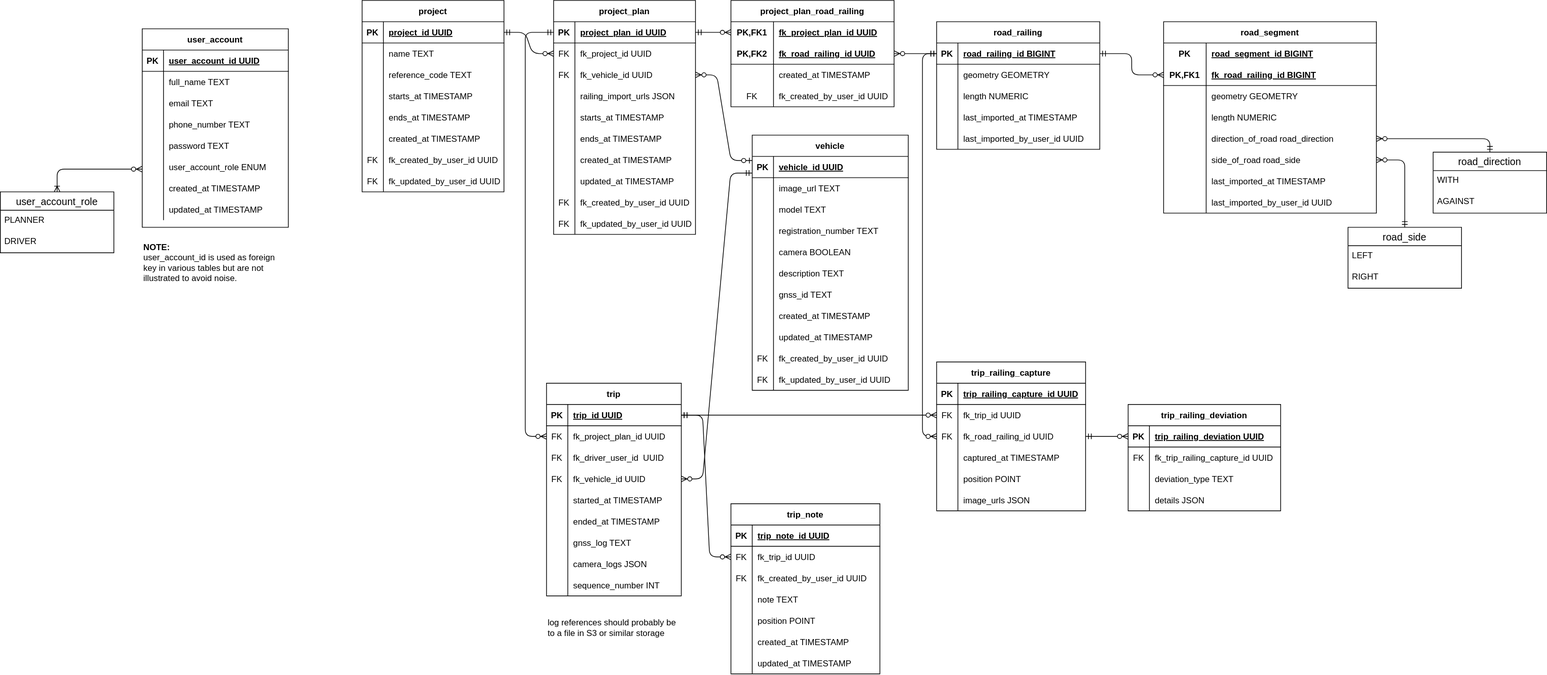
Earlier version of the draw.io export docs/diagrams/erdiagram.drawio.svg (triosnok/isi-planning-tool). Source tidied: cells renumbered, new cells last; positions are measured from the earlier drawing's top-left corner, leaving out a move shared by most shapes.
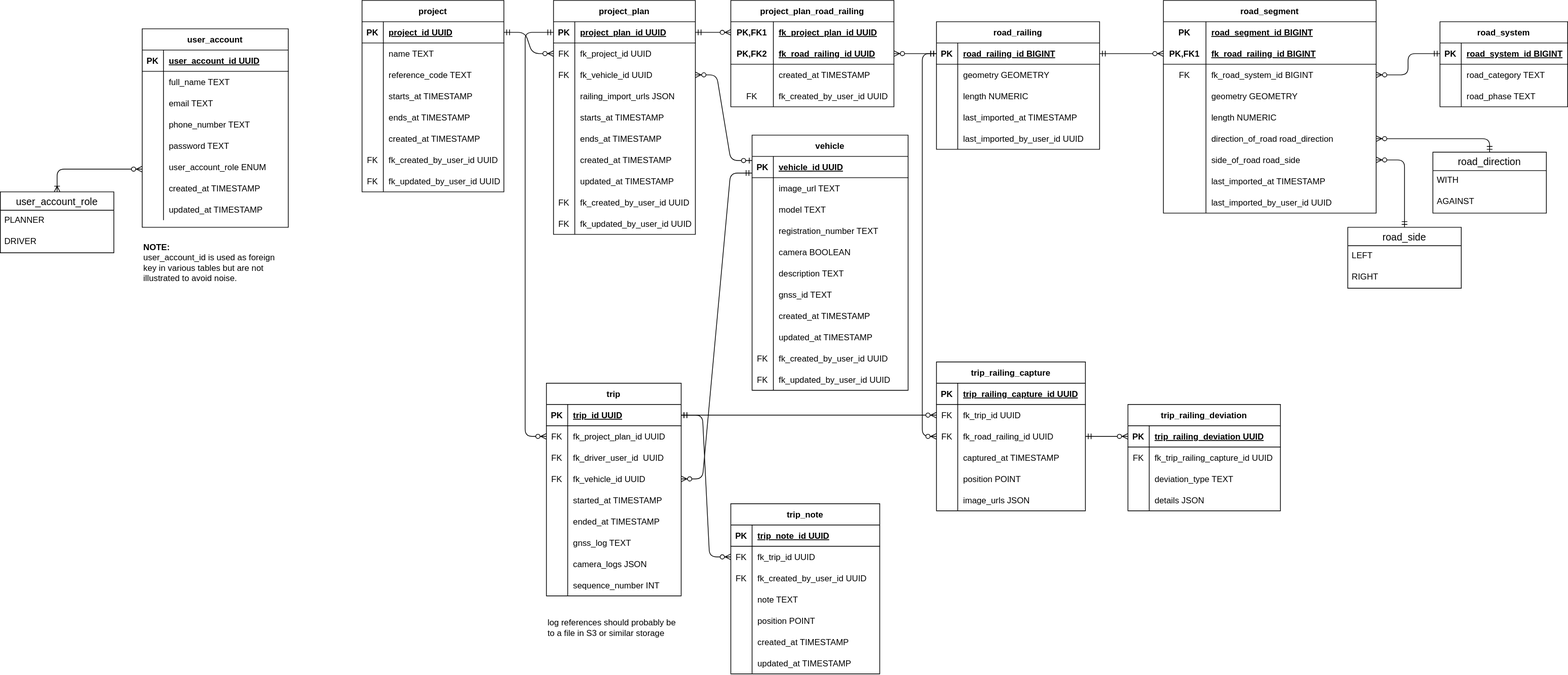
The same file after the commit.

Commit message:
docs: add `road_system` table to er diagram

The edit, as a diff of the source:
```diff
@@ -768,7 +768,7 @@
       </mxGeometry>
     </mxCell>
     <mxCell id="252" value="road_segment" style="shape=table;startSize=30;rowLines=0;fontStyle=1;align=center;" parent="1" vertex="1">
-      <mxGeometry x="1640" y="30" width="300" height="270" as="geometry" />
+      <mxGeometry x="1640" width="300" height="300" as="geometry" />
     </mxCell>
     <mxCell id="253" style="shape=tableRow;horizontal=0;startSize=0;swimlaneHead=0;swimlaneBody=0;fillColor=none;top=0;left=0;right=0;bottom=0;" parent="252" vertex="1">
       <mxGeometry y="30" width="300" height="30" as="geometry" />
@@ -788,8 +788,17 @@
     <mxCell id="258" value="fk_road_railing_id BIGINT" style="shape=partialRectangle;fillColor=none;top=0;left=0;bottom=0;right=0;align=left;spacingLeft=6;fontStyle=5;overflow=hidden;" parent="256" vertex="1">
       <mxGeometry x="60" width="240" height="30" as="geometry" />
     </mxCell>
+    <mxCell id="278" style="shape=tableRow;horizontal=0;startSize=0;swimlaneHead=0;swimlaneBody=0;fillColor=none;points=[[0,0.5],[1,0.5]];portConstraint=eastwest;top=0;left=0;right=0;bottom=0;" parent="252" vertex="1">
+      <mxGeometry y="90" width="300" height="30" as="geometry" />
+    </mxCell>
+    <mxCell id="279" value="FK" style="shape=partialRectangle;fillColor=none;top=0;left=0;bottom=0;right=0;fontStyle=0;overflow=hidden;" parent="278" vertex="1">
+      <mxGeometry width="60" height="30" as="geometry" />
+    </mxCell>
+    <mxCell id="280" value="fk_road_system_id BIGINT" style="shape=partialRectangle;fillColor=none;top=0;left=0;bottom=0;right=0;align=left;spacingLeft=6;fontStyle=0;overflow=hidden;" parent="278" vertex="1">
+      <mxGeometry x="60" width="240" height="30" as="geometry" />
+    </mxCell>
     <mxCell id="259" style="shape=tableRow;horizontal=0;startSize=0;swimlaneHead=0;swimlaneBody=0;fillColor=none;top=0;left=0;right=0;bottom=0;" parent="252" vertex="1">
-      <mxGeometry y="90" width="300" height="30" as="geometry" />
+      <mxGeometry y="120" width="300" height="30" as="geometry" />
     </mxCell>
     <mxCell id="260" style="shape=partialRectangle;fillColor=none;top=0;left=0;bottom=0;right=0;overflow=hidden;" parent="259" vertex="1">
       <mxGeometry width="60" height="30" as="geometry" />
@@ -798,7 +807,7 @@
       <mxGeometry x="60" width="240" height="30" as="geometry" />
     </mxCell>
     <mxCell id="262" style="shape=tableRow;horizontal=0;startSize=0;swimlaneHead=0;swimlaneBody=0;fillColor=none;top=0;left=0;right=0;bottom=0;" parent="252" vertex="1">
-      <mxGeometry y="120" width="300" height="30" as="geometry" />
+      <mxGeometry y="150" width="300" height="30" as="geometry" />
     </mxCell>
     <mxCell id="263" style="shape=partialRectangle;fillColor=none;top=0;left=0;bottom=0;right=0;overflow=hidden;" parent="262" vertex="1">
       <mxGeometry width="60" height="30" as="geometry" />
@@ -807,7 +816,7 @@
       <mxGeometry x="60" width="240" height="30" as="geometry" />
     </mxCell>
     <mxCell id="265" style="shape=tableRow;horizontal=0;startSize=0;swimlaneHead=0;swimlaneBody=0;fillColor=none;points=[[0,0.5],[1,0.5]];portConstraint=eastwest;top=0;left=0;right=0;bottom=0;" parent="252" vertex="1">
-      <mxGeometry y="150" width="300" height="30" as="geometry" />
+      <mxGeometry y="180" width="300" height="30" as="geometry" />
     </mxCell>
     <mxCell id="266" style="shape=partialRectangle;fillColor=none;top=0;left=0;bottom=0;right=0;overflow=hidden;" parent="265" vertex="1">
       <mxGeometry width="60" height="30" as="geometry" />
@@ -816,7 +825,7 @@
       <mxGeometry x="60" width="240" height="30" as="geometry" />
     </mxCell>
     <mxCell id="268" style="shape=tableRow;horizontal=0;startSize=0;swimlaneHead=0;swimlaneBody=0;fillColor=none;points=[[0,0.5],[1,0.5]];portConstraint=eastwest;top=0;left=0;right=0;bottom=0;" parent="252" vertex="1">
-      <mxGeometry y="180" width="300" height="30" as="geometry" />
+      <mxGeometry y="210" width="300" height="30" as="geometry" />
     </mxCell>
     <mxCell id="269" style="shape=partialRectangle;fillColor=none;top=0;left=0;bottom=0;right=0;overflow=hidden;" parent="268" vertex="1">
       <mxGeometry width="60" height="30" as="geometry" />
@@ -825,7 +834,7 @@
       <mxGeometry x="60" width="240" height="30" as="geometry" />
     </mxCell>
     <mxCell id="271" style="shape=tableRow;horizontal=0;startSize=0;swimlaneHead=0;swimlaneBody=0;fillColor=none;top=0;left=0;right=0;bottom=0;" parent="252" vertex="1">
-      <mxGeometry y="210" width="300" height="30" as="geometry" />
+      <mxGeometry y="240" width="300" height="30" as="geometry" />
     </mxCell>
     <mxCell id="272" style="shape=partialRectangle;fillColor=none;top=0;left=0;bottom=0;right=0;overflow=hidden;" parent="271" vertex="1">
       <mxGeometry width="60" height="30" as="geometry" />
@@ -834,7 +843,7 @@
       <mxGeometry x="60" width="240" height="30" as="geometry" />
     </mxCell>
     <mxCell id="274" style="shape=tableRow;horizontal=0;startSize=0;swimlaneHead=0;swimlaneBody=0;fillColor=none;top=0;left=0;right=0;bottom=0;" parent="252" vertex="1">
-      <mxGeometry y="240" width="300" height="30" as="geometry" />
+      <mxGeometry y="270" width="300" height="30" as="geometry" />
     </mxCell>
     <mxCell id="275" style="shape=partialRectangle;fillColor=none;top=0;left=0;bottom=0;right=0;overflow=hidden;" parent="274" vertex="1">
       <mxGeometry width="60" height="30" as="geometry" />
@@ -845,5 +854,38 @@
     <mxCell id="277" style="edgeStyle=orthogonalEdgeStyle;fontSize=12;html=1;endArrow=ERzeroToMany;startArrow=ERmandOne;entryX=0;entryY=0.5;entryDx=0;entryDy=0;" parent="1" edge="1" source="89" target="256">
       <mxGeometry relative="1" as="geometry" />
     </mxCell>
+    <mxCell id="281" value="road_system" style="shape=table;startSize=30;rowLines=0;fontStyle=1;align=center;" parent="1" vertex="1">
+      <mxGeometry x="2030" y="30" width="180" height="120" as="geometry" />
+    </mxCell>
+    <mxCell id="282" style="shape=tableRow;horizontal=0;startSize=0;swimlaneHead=0;swimlaneBody=0;fillColor=none;points=[[0,0.5],[1,0.5]];portConstraint=eastwest;top=0;left=0;right=0;bottom=1;" parent="281" vertex="1">
+      <mxGeometry y="30" width="180" height="30" as="geometry" />
+    </mxCell>
+    <mxCell id="283" value="PK" style="shape=partialRectangle;fillColor=none;top=0;left=0;bottom=0;right=0;fontStyle=1;overflow=hidden;" parent="282" vertex="1">
+      <mxGeometry width="30" height="30" as="geometry" />
+    </mxCell>
+    <mxCell id="284" value="road_system_id BIGINT" style="shape=partialRectangle;fillColor=none;top=0;left=0;bottom=0;right=0;align=left;spacingLeft=6;fontStyle=5;overflow=hidden;" parent="282" vertex="1">
+      <mxGeometry x="30" width="150" height="30" as="geometry" />
+    </mxCell>
+    <mxCell id="285" style="shape=tableRow;horizontal=0;startSize=0;swimlaneHead=0;swimlaneBody=0;fillColor=none;top=0;left=0;right=0;bottom=0;" parent="281" vertex="1">
+      <mxGeometry y="60" width="180" height="30" as="geometry" />
+    </mxCell>
+    <mxCell id="286" style="shape=partialRectangle;fillColor=none;top=0;left=0;bottom=0;right=0;overflow=hidden;" parent="285" vertex="1">
+      <mxGeometry width="30" height="30" as="geometry" />
+    </mxCell>
+    <mxCell id="287" value="road_category TEXT" style="shape=partialRectangle;fillColor=none;top=0;left=0;bottom=0;right=0;align=left;spacingLeft=6;overflow=hidden;" parent="285" vertex="1">
+      <mxGeometry x="30" width="150" height="30" as="geometry" />
+    </mxCell>
+    <mxCell id="288" style="shape=tableRow;horizontal=0;startSize=0;swimlaneHead=0;swimlaneBody=0;fillColor=none;top=0;left=0;right=0;bottom=0;" parent="281" vertex="1">
+      <mxGeometry y="90" width="180" height="30" as="geometry" />
+    </mxCell>
+    <mxCell id="289" style="shape=partialRectangle;fillColor=none;top=0;left=0;bottom=0;right=0;overflow=hidden;" parent="288" vertex="1">
+      <mxGeometry width="30" height="30" as="geometry" />
+    </mxCell>
+    <mxCell id="290" value="road_phase TEXT" style="shape=partialRectangle;fillColor=none;top=0;left=0;bottom=0;right=0;align=left;spacingLeft=6;overflow=hidden;" parent="288" vertex="1">
+      <mxGeometry x="30" width="150" height="30" as="geometry" />
+    </mxCell>
+    <mxCell id="291" style="edgeStyle=orthogonalEdgeStyle;fontSize=12;html=1;endArrow=ERzeroToMany;startArrow=ERmandOne;entryX=1;entryY=0.5;entryDx=0;entryDy=0;exitX=0;exitY=0.5;exitDx=0;exitDy=0;" parent="1" edge="1" source="282" target="278">
+      <mxGeometry relative="1" as="geometry" />
+    </mxCell>
   </root>
 </mxGraphModel>
```
